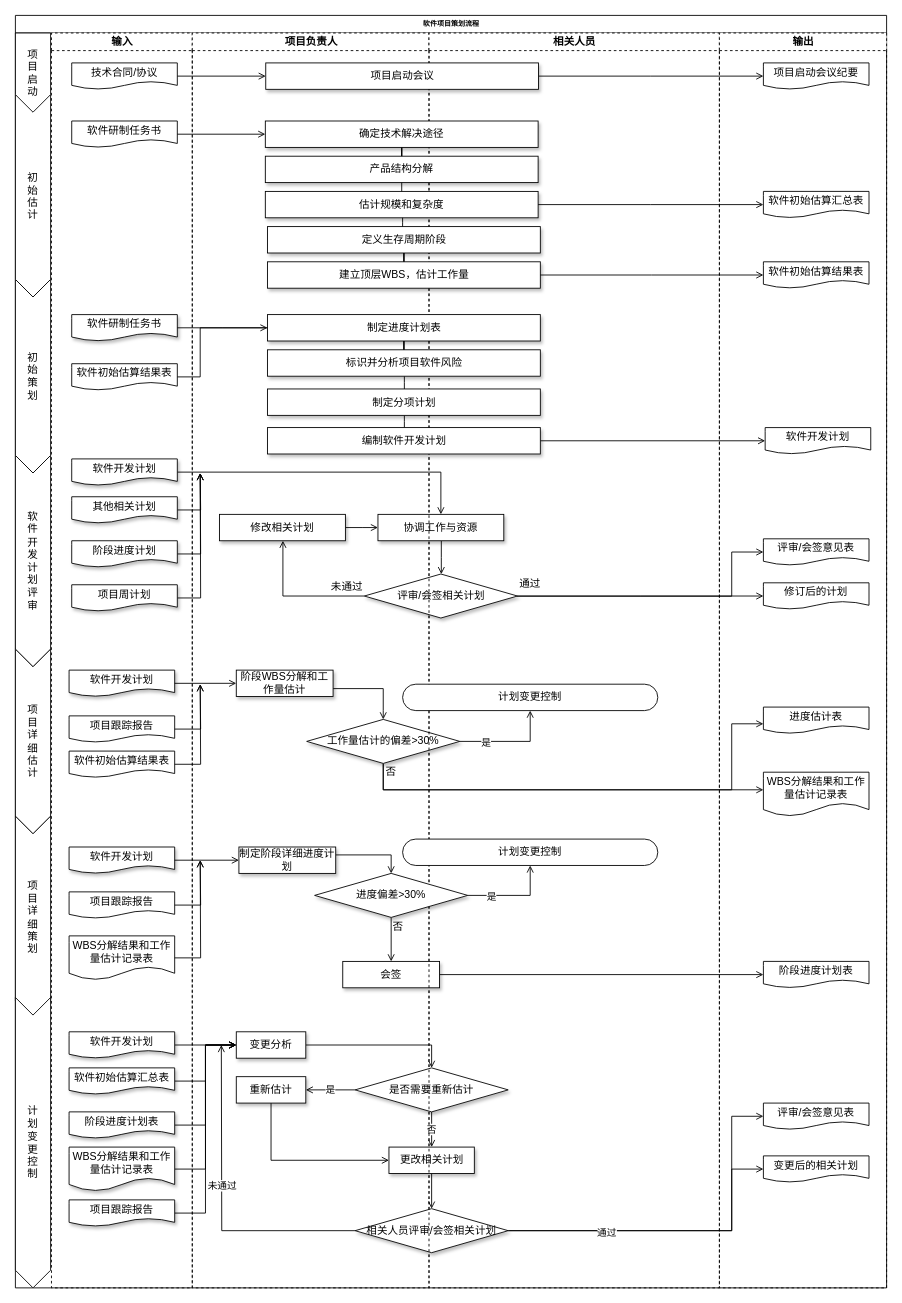
Earlier version of the draw.io diagram 国军标5000A-文审-项目策划过程域.drawio (ColonelDarcy2018/excelsior). Source tidied: cells renumbered, new cells numbered last; positions are measured from the earlier drawing's top-left corner, leaving out a move shared by most shapes. Both pictures are drawn from the tidied source at 88%, with x=0, y=0 at pixel (15, 15).
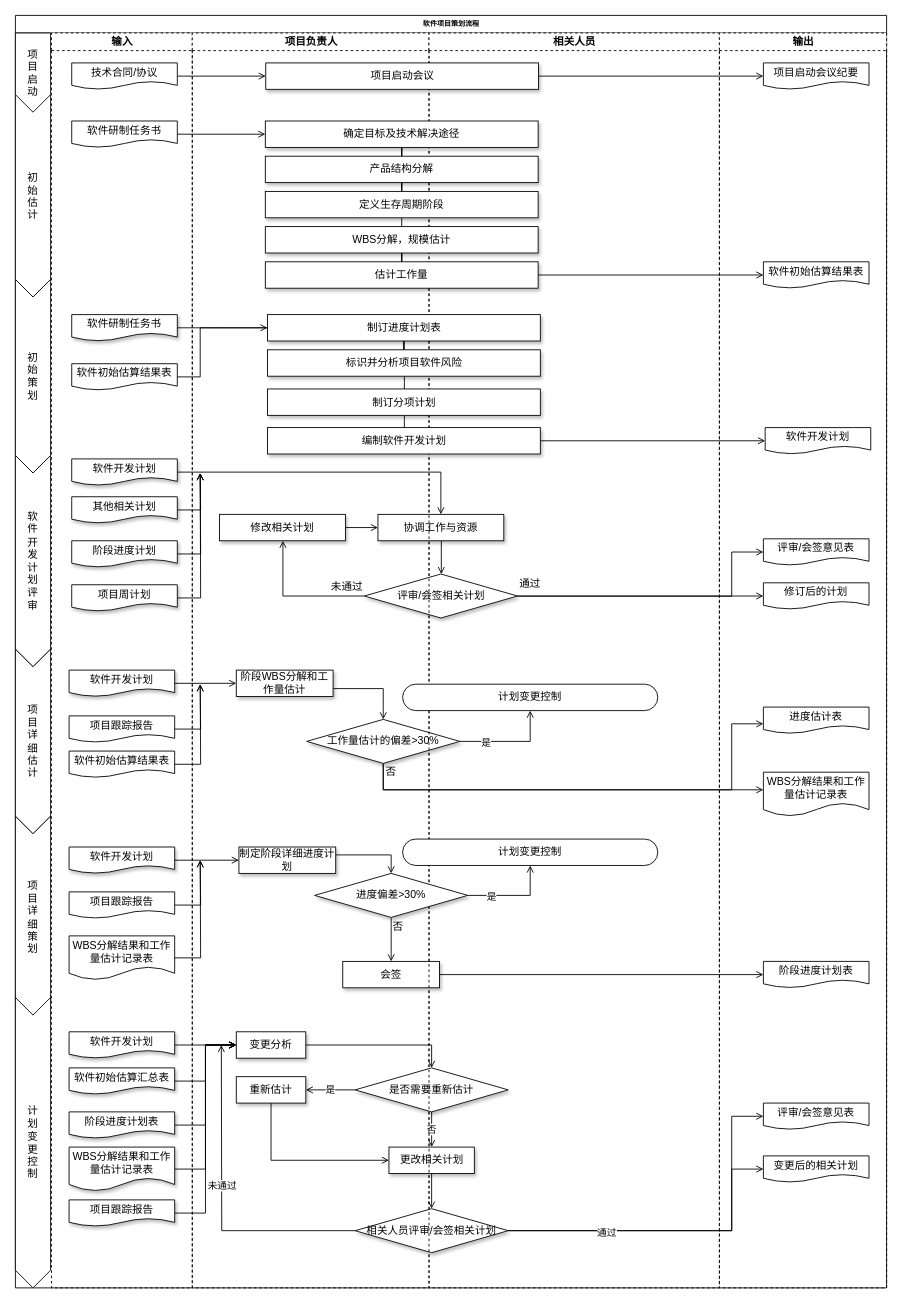
The same diagram, later.

Commit message:
Update 国军标5000A-文审-项目策划过程域.drawio

The change refers to these unchanged cells:
```xml
<mxCell id="69" value="输出" style="swimlane;html=1;startSize=20;dashed=1;" parent="2" vertex="1">
  <mxGeometry x="800" y="20" width="190" height="1426" as="geometry" />
</mxCell>
<mxCell id="120" value="产品结构分解" style="rounded=0;whiteSpace=wrap;html=1;shadow=1;fontSize=12;" parent="1" vertex="1">
  <mxGeometry x="284" y="160" width="310" height="30" as="geometry" />
</mxCell>
```

Diff of the diagram source:
```diff
@@
-    <mxCell id="80" value="软件初始估算汇总表" style="shape=document;whiteSpace=wrap;html=1;boundedLbl=1;fontSize=12;" parent="69" vertex="1">
-      <mxGeometry x="50" y="180" width="120" height="30" as="geometry" />
-    </mxCell>
@@
-    <mxCell id="87" value="制定进度计划表" style="rounded=0;whiteSpace=wrap;html=1;shadow=1;fontSize=12;" parent="1" vertex="1">
+    <mxCell id="87" value="制订进度计划表" style="rounded=0;whiteSpace=wrap;html=1;shadow=1;fontSize=12;" parent="1" vertex="1">
       <mxGeometry x="286.5" y="340" width="310" height="30" as="geometry" />
     </mxCell>
@@
-    <mxCell id="90" value="制定分项计划" style="rounded=0;whiteSpace=wrap;html=1;shadow=1;fontSize=12;" parent="1" vertex="1">
+    <mxCell id="90" value="制订分项计划" style="rounded=0;whiteSpace=wrap;html=1;shadow=1;fontSize=12;" parent="1" vertex="1">
       <mxGeometry x="286.5" y="424.5" width="310" height="30" as="geometry" />
     </mxCell>
@@
-    <mxCell id="118" value="确定技术解决途径" style="rounded=0;whiteSpace=wrap;html=1;shadow=1;fontSize=12;" parent="1" vertex="1">
+    <mxCell id="118" value="确定目标及技术解决途径" style="rounded=0;whiteSpace=wrap;html=1;shadow=1;fontSize=12;" parent="1" vertex="1">
       <mxGeometry x="284" y="120" width="310" height="30" as="geometry" />
     </mxCell>
@@
+    <mxCell id="130" style="edgeStyle=orthogonalEdgeStyle;rounded=0;jettySize=auto;html=1;endArrow=none;endFill=0;" parent="1" edge="1" source="120" target="123">
+      <mxGeometry relative="1" as="geometry" />
+    </mxCell>
@@
+    <mxCell id="131" style="edgeStyle=orthogonalEdgeStyle;rounded=0;jettySize=auto;html=1;entryX=0.5;entryY=0;entryDx=0;entryDy=0;endArrow=none;endFill=0;" parent="1" edge="1" source="121" target="124">
+      <mxGeometry relative="1" as="geometry" />
+    </mxCell>
-    <mxCell id="121" value="估计规模和复杂度" style="rounded=0;whiteSpace=wrap;html=1;shadow=1;fontSize=12;" parent="1" vertex="1">
-      <mxGeometry x="284" y="200" width="310" height="30" as="geometry" />
+    <mxCell id="121" value="WBS分解，规模估计" style="rounded=0;whiteSpace=wrap;html=1;shadow=1;fontSize=12;" parent="1" vertex="1">
+      <mxGeometry x="284" y="240" width="310" height="30" as="geometry" />
     </mxCell>
-    <mxCell id="122" style="edgeStyle=orthogonalEdgeStyle;rounded=0;jettySize=auto;html=1;endArrow=none;endFill=0;" parent="1" edge="1" source="123" target="124">
-      <mxGeometry relative="1" as="geometry" />
-    </mxCell>
+    <mxCell id="132" style="edgeStyle=orthogonalEdgeStyle;rounded=0;jettySize=auto;html=1;entryX=0.5;entryY=0;entryDx=0;entryDy=0;endArrow=none;endFill=0;" parent="1" edge="1" source="123" target="121">
+      <mxGeometry relative="1" as="geometry">
+        <Array as="points">
+          <mxPoint x="439" y="240" />
+          <mxPoint x="439" y="240" />
+        </Array>
+      </mxGeometry>
+    </mxCell>
     <mxCell id="123" value="定义生存周期阶段" style="rounded=0;whiteSpace=wrap;html=1;shadow=1;fontSize=12;" parent="1" vertex="1">
-      <mxGeometry x="286.5" y="240" width="310" height="30" as="geometry" />
+      <mxGeometry x="284" y="200" width="310" height="30" as="geometry" />
     </mxCell>
-    <mxCell id="124" value="建立顶层WBS，估计工作量" style="rounded=0;whiteSpace=wrap;html=1;shadow=1;fontSize=12;" parent="1" vertex="1">
-      <mxGeometry x="286.5" y="280" width="310" height="30" as="geometry" />
+    <mxCell id="124" value="估计工作量" style="rounded=0;whiteSpace=wrap;html=1;shadow=1;fontSize=12;" parent="1" vertex="1">
+      <mxGeometry x="284" y="280" width="310" height="30" as="geometry" />
     </mxCell>
-    <mxCell id="125" style="edgeStyle=elbowEdgeStyle;rounded=0;jettySize=auto;html=1;endArrow=none;endFill=0;" parent="1" edge="1" source="120" target="121">
-      <mxGeometry relative="1" as="geometry" />
-    </mxCell>
-    <mxCell id="126" style="edgeStyle=elbowEdgeStyle;rounded=0;jettySize=auto;html=1;endArrow=none;endFill=0;" parent="1" edge="1" source="121" target="123">
-      <mxGeometry relative="1" as="geometry" />
-    </mxCell>
-    <mxCell id="127" style="edgeStyle=elbowEdgeStyle;rounded=0;jettySize=auto;html=1;endArrow=open;endFill=0;" parent="1" edge="1" source="121" target="80">
-      <mxGeometry relative="1" as="geometry" />
-    </mxCell>
```
